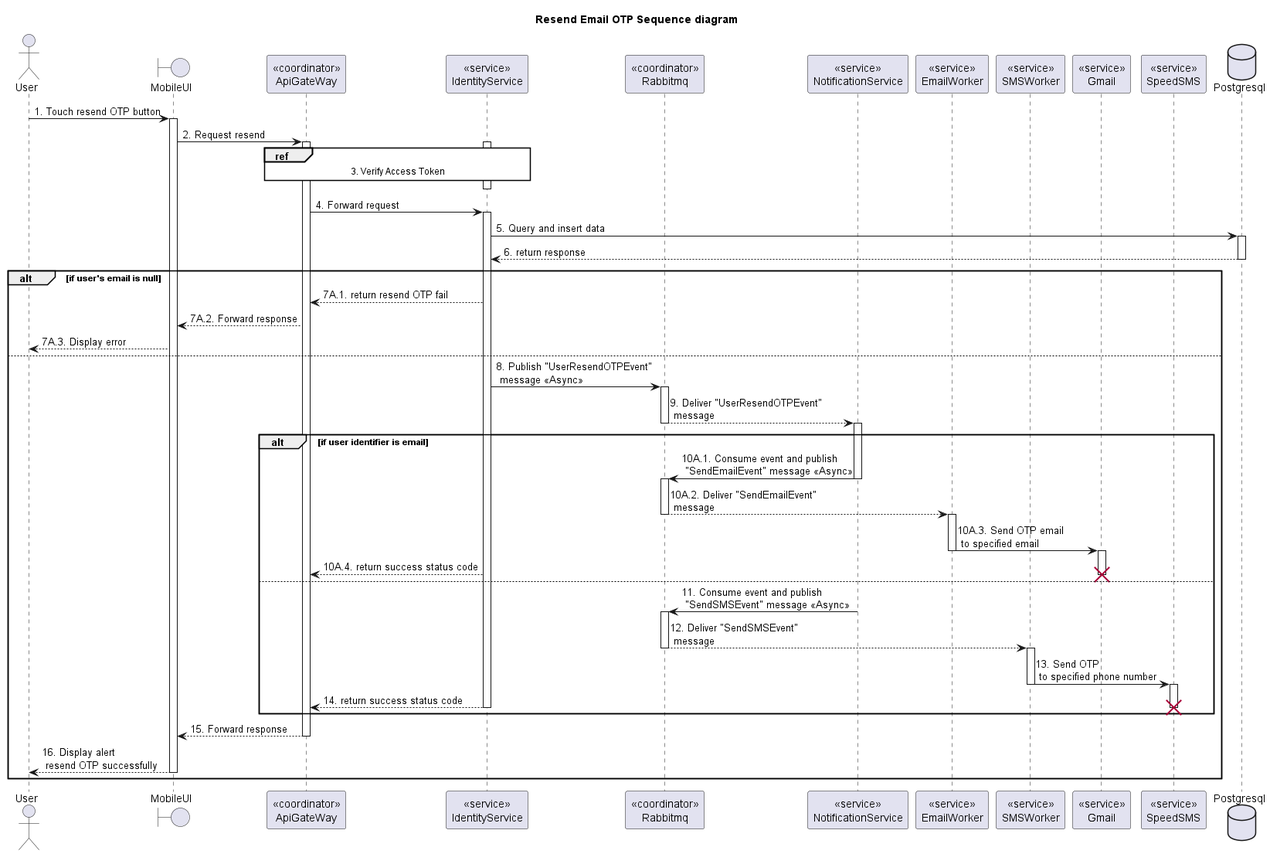
Above: doc/SDS/Identity/ResendOTP/Sequence.png in Carl-Johnsons/tastopia (PlantUML), before the change. The source it was exported from:
```plantuml
@startuml Sequence
title "Resend Email OTP Sequence diagram"

<style>
  sequenceDiagram {
    reference {
      BackGroundColor white
    }
}
</style>

actor User
boundary MobileUI
participant "<<coordinator>>\nApiGateWay" as ApiGateway
participant "<<service>>\nIdentityService" as IdentityService
participant "<<coordinator>>\nRabbitmq"  as Rabbitmq
participant "<<service>>\nNotificationService" as NotificationService
participant "<<service>>\nEmailWorker" as EmailWorker
participant "<<service>>\nSMSWorker" as SMSWorker
participant "<<service>>\nGmail" as Gmail
participant "<<service>>\nSpeedSMS" as SpeedSMS

database Postgresql
User -> MobileUI++: 1. Touch resend OTP button
MobileUI -> ApiGateway++: 2. Request resend

activate IdentityService
ref over ApiGateway, IdentityService: 3. Verify Access Token
ApiGateway -[hidden]-> IdentityService
deactivate IdentityService

ApiGateway -> IdentityService++: 4. Forward request
IdentityService -> Postgresql++: 5. Query and insert data
IdentityService <-- Postgresql--: 6. return response

alt if user's email is null
    ApiGateway <-- IdentityService: 7A.1. return resend OTP fail
    MobileUI <-- ApiGateway: 7A.2. Forward response
    User <-- MobileUI: 7A.3. Display error
else
    IdentityService -> Rabbitmq: 8. Publish "UserResendOTPEvent"\n message <<Async>>
    activate Rabbitmq
    Rabbitmq --> NotificationService: 9. Deliver "UserResendOTPEvent"\n message
    deactivate Rabbitmq
    activate NotificationService

    alt if user identifier is email
      NotificationService -> Rabbitmq: 10A.1. Consume event and publish \n "SendEmailEvent" message <<Async>>
      deactivate NotificationService
      activate Rabbitmq
      Rabbitmq --> EmailWorker: 10A.2. Deliver "SendEmailEvent"\n message
      deactivate Rabbitmq
      activate EmailWorker
      EmailWorker -> Gmail: 10A.3. Send OTP email\n to specified email
      deactivate EmailWorker
      activate Gmail

      ApiGateway <-- IdentityService: 10A.4. return success status code
      deactivate Gmail
      destroy Gmail
    else
      NotificationService -> Rabbitmq: 11. Consume event and publish \n "SendSMSEvent" message <<Async>>
      deactivate NotificationService
      activate Rabbitmq
      Rabbitmq --> SMSWorker: 12. Deliver "SendSMSEvent"\n message
      deactivate Rabbitmq
      activate SMSWorker
      SMSWorker -> SpeedSMS: 13. Send OTP \n to specified phone number
      deactivate SMSWorker
      activate SpeedSMS

      ApiGateway <-- IdentityService--: 14. return success status code
      deactivate SpeedSMS
      destroy SpeedSMS
    end
    MobileUI <-- ApiGateway--: 15. Forward response
    User <-- MobileUI--: 16. Display alert\n resend OTP successfully
end

@enduml
```
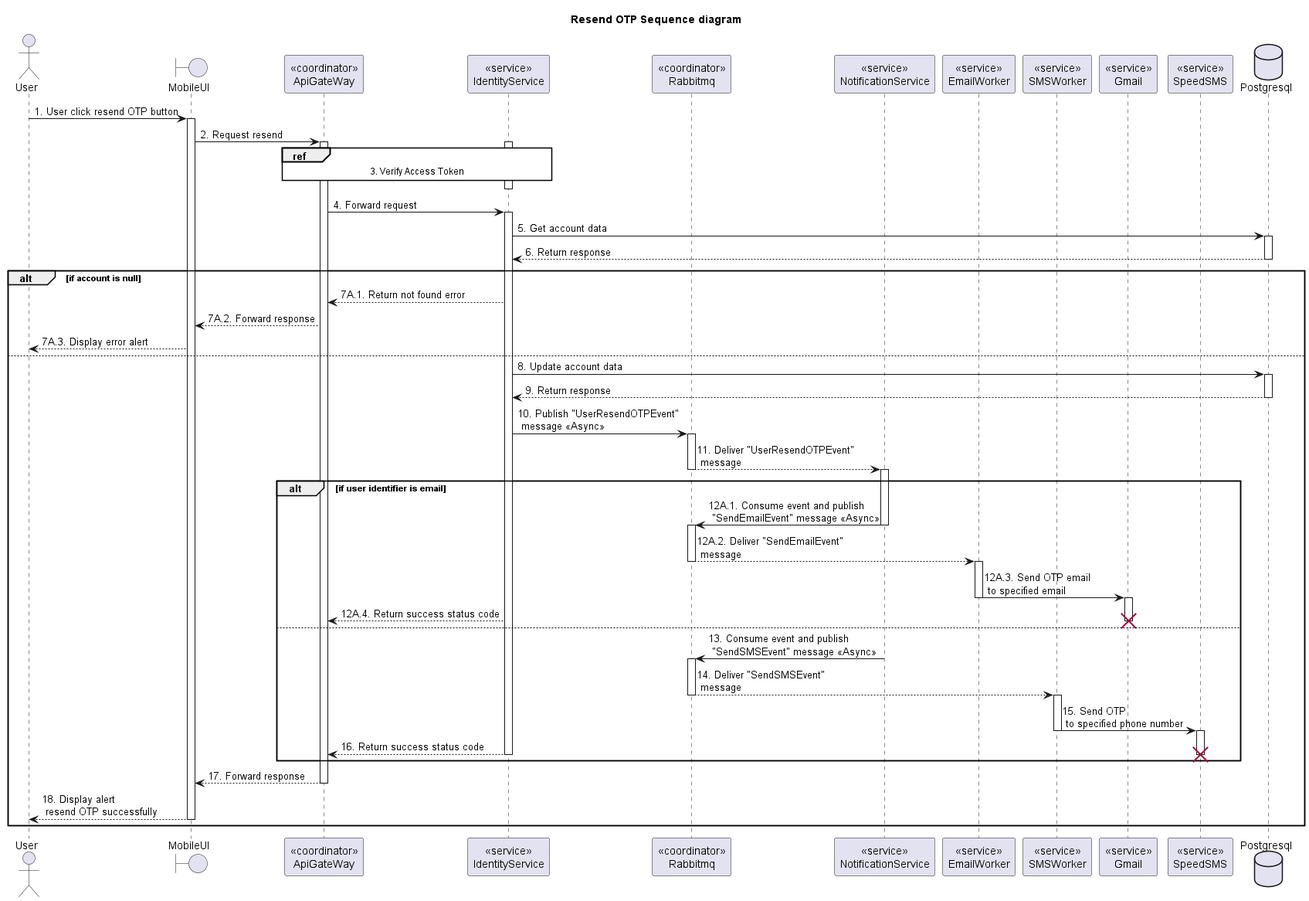
The same diagram one commit later.

Change to the diagram source:
```diff
@@ -1,5 +1,5 @@
 @startuml Sequence
-title "Resend Email OTP Sequence diagram"
+title "Resend OTP Sequence diagram"
 
 <style>
   sequenceDiagram {
@@ -21,7 +21,7 @@
 participant "<<service>>\nSpeedSMS" as SpeedSMS
 
 database Postgresql
-User -> MobileUI++: 1. Touch resend OTP button
+User -> MobileUI++: 1. User click resend OTP button
 MobileUI -> ApiGateway++: 2. Request resend
 
 activate IdentityService
@@ -30,51 +30,53 @@
 deactivate IdentityService
 
 ApiGateway -> IdentityService++: 4. Forward request
-IdentityService -> Postgresql++: 5. Query and insert data
-IdentityService <-- Postgresql--: 6. return response
+IdentityService -> Postgresql++: 5. Get account data
+IdentityService <-- Postgresql--: 6. Return response
 
-alt if user's email is null
-    ApiGateway <-- IdentityService: 7A.1. return resend OTP fail
+alt if account is null
+    ApiGateway <-- IdentityService: 7A.1. Return not found error
     MobileUI <-- ApiGateway: 7A.2. Forward response
-    User <-- MobileUI: 7A.3. Display error
+    User <-- MobileUI: 7A.3. Display error alert
 else
-    IdentityService -> Rabbitmq: 8. Publish "UserResendOTPEvent"\n message <<Async>>
+    IdentityService -> Postgresql++: 8. Update account data
+    IdentityService <-- Postgresql--: 9. Return response
+    IdentityService -> Rabbitmq: 10. Publish "UserResendOTPEvent"\n message <<Async>>
     activate Rabbitmq
-    Rabbitmq --> NotificationService: 9. Deliver "UserResendOTPEvent"\n message
+    Rabbitmq --> NotificationService: 11. Deliver "UserResendOTPEvent"\n message
     deactivate Rabbitmq
     activate NotificationService
 
     alt if user identifier is email
-      NotificationService -> Rabbitmq: 10A.1. Consume event and publish \n "SendEmailEvent" message <<Async>>
+      NotificationService -> Rabbitmq: 12A.1. Consume event and publish \n "SendEmailEvent" message <<Async>>
       deactivate NotificationService
       activate Rabbitmq
-      Rabbitmq --> EmailWorker: 10A.2. Deliver "SendEmailEvent"\n message
+      Rabbitmq --> EmailWorker: 12A.2. Deliver "SendEmailEvent"\n message
       deactivate Rabbitmq
       activate EmailWorker
-      EmailWorker -> Gmail: 10A.3. Send OTP email\n to specified email
+      EmailWorker -> Gmail: 12A.3. Send OTP email\n to specified email
       deactivate EmailWorker
       activate Gmail
 
-      ApiGateway <-- IdentityService: 10A.4. return success status code
+      ApiGateway <-- IdentityService: 12A.4. Return success status code
       deactivate Gmail
       destroy Gmail
     else
-      NotificationService -> Rabbitmq: 11. Consume event and publish \n "SendSMSEvent" message <<Async>>
+      NotificationService -> Rabbitmq: 13. Consume event and publish \n "SendSMSEvent" message <<Async>>
       deactivate NotificationService
       activate Rabbitmq
-      Rabbitmq --> SMSWorker: 12. Deliver "SendSMSEvent"\n message
+      Rabbitmq --> SMSWorker: 14. Deliver "SendSMSEvent"\n message
       deactivate Rabbitmq
       activate SMSWorker
-      SMSWorker -> SpeedSMS: 13. Send OTP \n to specified phone number
+      SMSWorker -> SpeedSMS: 15. Send OTP \n to specified phone number
       deactivate SMSWorker
       activate SpeedSMS
 
-      ApiGateway <-- IdentityService--: 14. return success status code
+      ApiGateway <-- IdentityService--: 16. Return success status code
       deactivate SpeedSMS
       destroy SpeedSMS
     end
-    MobileUI <-- ApiGateway--: 15. Forward response
-    User <-- MobileUI--: 16. Display alert\n resend OTP successfully
+    MobileUI <-- ApiGateway--: 17. Forward response
+    User <-- MobileUI--: 18. Display alert\n resend OTP successfully
 end
 
 @enduml
```
